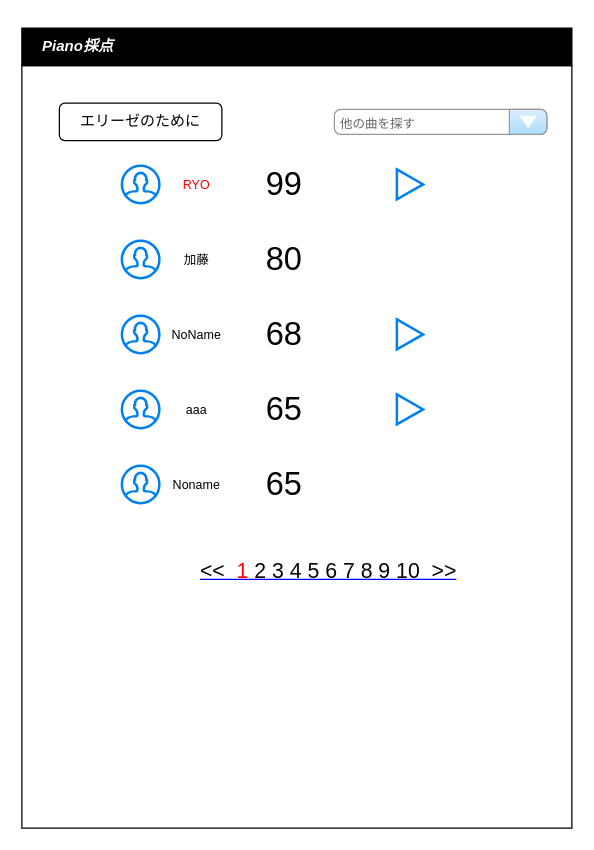
This is page "RANKING" (2 of 4) of ryo/Piano-Skill-Assessment.drawio from smygw72/P-KAI, a draw.io file, before an edit. Source tidied: cells renumbered, new cells numbered last; positions are measured from the earlier drawing's top-left corner, leaving out a move shared by most shapes. Both pictures are drawn from the tidied source at 125%, with x=0, y=0 at pixel (21, 28).
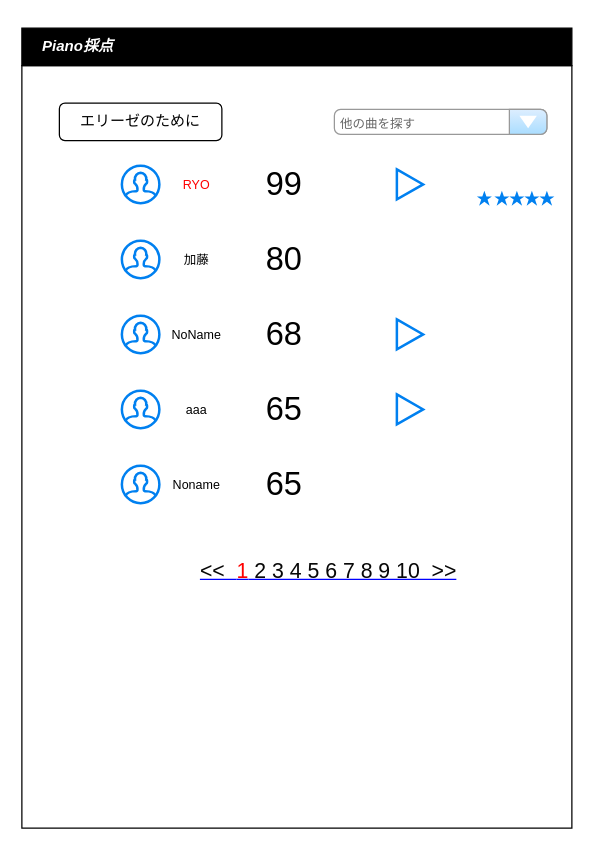
The same diagram, later.

The edit, as a diff of the source:
```diff
@@
+    <mxCell id="27" style="group;" parent="1" vertex="1">
+      <mxGeometry x="364" y="130" width="62" height="12" as="geometry" />
+    </mxCell>
+    <mxCell id="28" style="html=1;verticalLabelPosition=bottom;labelBackgroundColor=#ffffff;verticalAlign=top;shadow=0;dashed=0;strokeWidth=2;shape=mxgraph.ios7.misc.star;fillColor=#0080f0;strokeColor=none;" parent="27" vertex="1">
+      <mxGeometry width="12" height="12" as="geometry" />
+    </mxCell>
+    <mxCell id="29" style="html=1;verticalLabelPosition=bottom;labelBackgroundColor=#ffffff;verticalAlign=top;shadow=0;dashed=0;strokeWidth=2;shape=mxgraph.ios7.misc.star;fillColor=#0080f0;strokeColor=none;" parent="27" vertex="1">
+      <mxGeometry x="14" width="12" height="12" as="geometry" />
+    </mxCell>
+    <mxCell id="30" style="html=1;verticalLabelPosition=bottom;labelBackgroundColor=#ffffff;verticalAlign=top;shadow=0;dashed=0;strokeWidth=2;shape=mxgraph.ios7.misc.star;fillColor=#0080f0;strokeColor=none;" parent="27" vertex="1">
+      <mxGeometry x="26" width="12" height="12" as="geometry" />
+    </mxCell>
+    <mxCell id="31" style="html=1;verticalLabelPosition=bottom;labelBackgroundColor=#ffffff;verticalAlign=top;shadow=0;dashed=0;strokeWidth=2;shape=mxgraph.ios7.misc.star;fillColor=#0080f0;strokeColor=none;" parent="27" vertex="1">
+      <mxGeometry x="38" width="12" height="12" as="geometry" />
+    </mxCell>
+    <mxCell id="32" style="html=1;verticalLabelPosition=bottom;labelBackgroundColor=#ffffff;verticalAlign=top;shadow=0;dashed=0;strokeWidth=2;shape=mxgraph.ios7.misc.star;fillColor=#0080f0;strokeColor=none;" parent="27" vertex="1">
+      <mxGeometry x="50" width="12" height="12" as="geometry" />
+    </mxCell>
```
